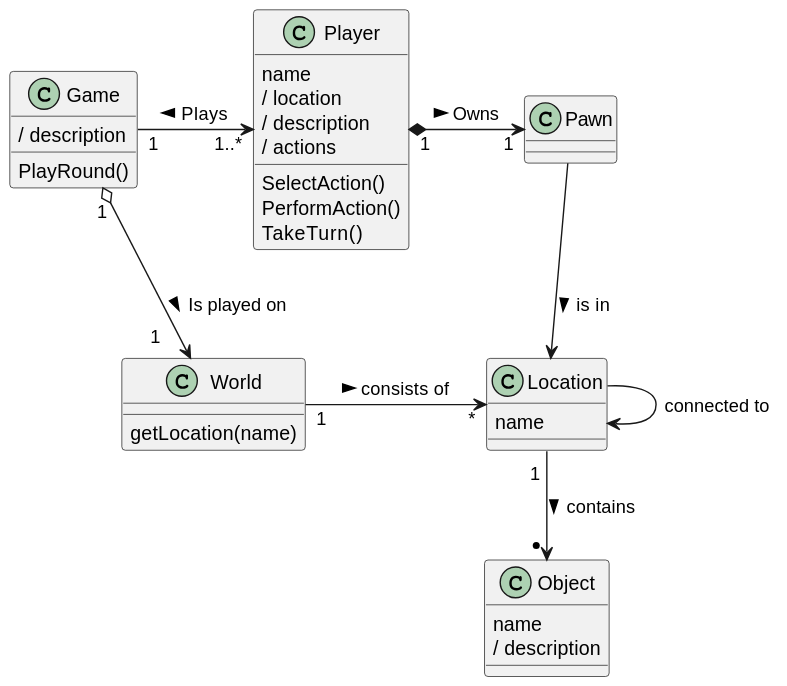
This is Python/Folien/Woche-1/img/adv-design-01.svg from nicolast911/python-clean-arch-de, a PlantUML export, as it was before one commit. Its diagram source:
```plantuml
@startuml
class Game {
    / description
    PlayRound()
}
class Player {
    name
    / location
    / description
    / actions
    SelectAction()
    PerformAction()
    TakeTurn()
}
class Pawn
class World {
    getLocation(name)
}
class Location{
    name
}
class Object {
    name
    / description
}

Game "1   " -> "  1..*" Player : Plays <
Player "1   " *-> "   1" Pawn  : Owns >
Game "1" o--> "1    " World : Is played on >
World "1      " -> "      *" Location : consists of >
Pawn --> Location : is in >
Location --> Location : connected to
Location "1 " --> "* " Object : contains >
@enduml
```
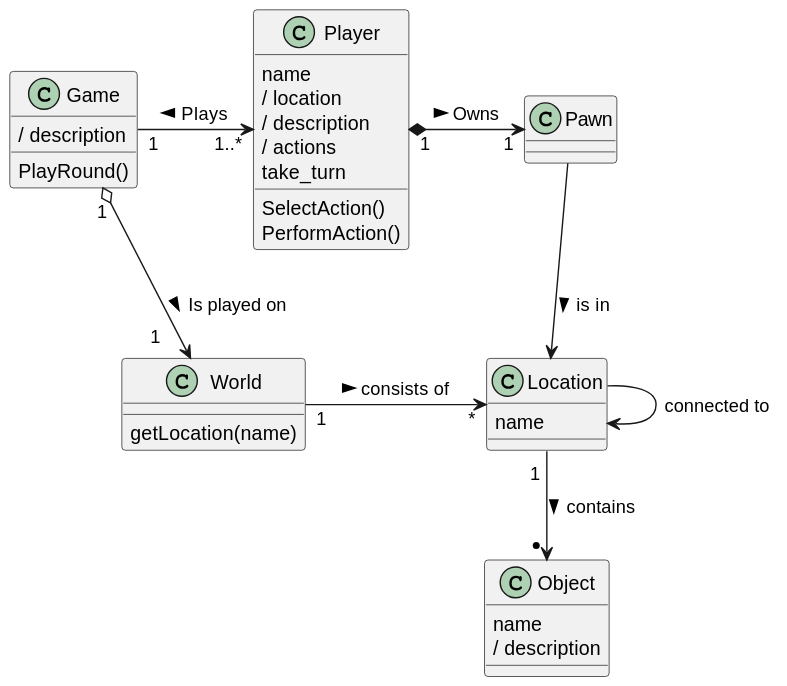
After the change.

Diff of the diagram source:
```diff
@@ -10,7 +10,7 @@
     / actions
     SelectAction()
     PerformAction()
-    TakeTurn()
+    take_turn
 }
 class Pawn
 class World {
```
